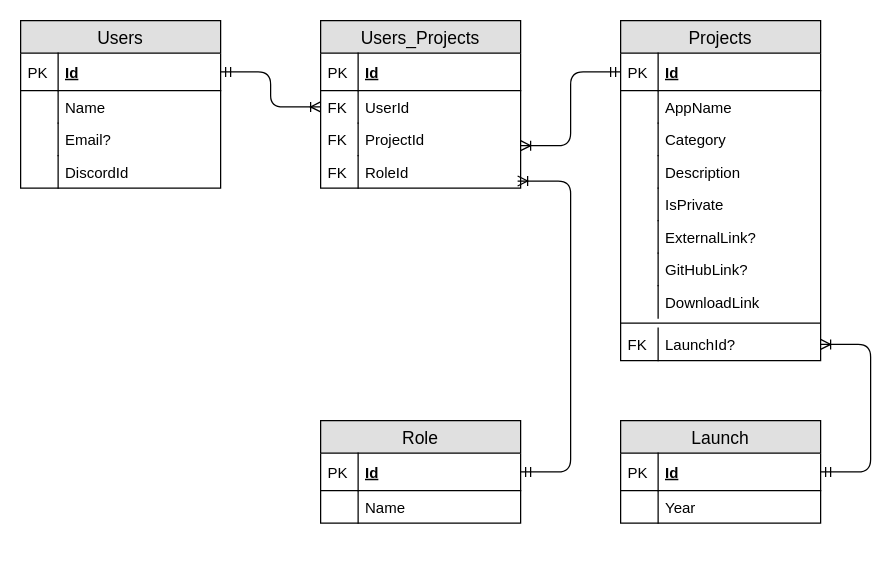
Earlier version of the draw.io diagram docs/DbSchema.drawio (WindowsAppCommunity/uwpcommunity-backend). Source tidied: cells renumbered, new cells numbered last; positions are measured from the earlier drawing's top-left corner, leaving out a move shared by most shapes. Both pictures are drawn from the tidied source at 125%, with x=0, y=0 at pixel (20, 20).
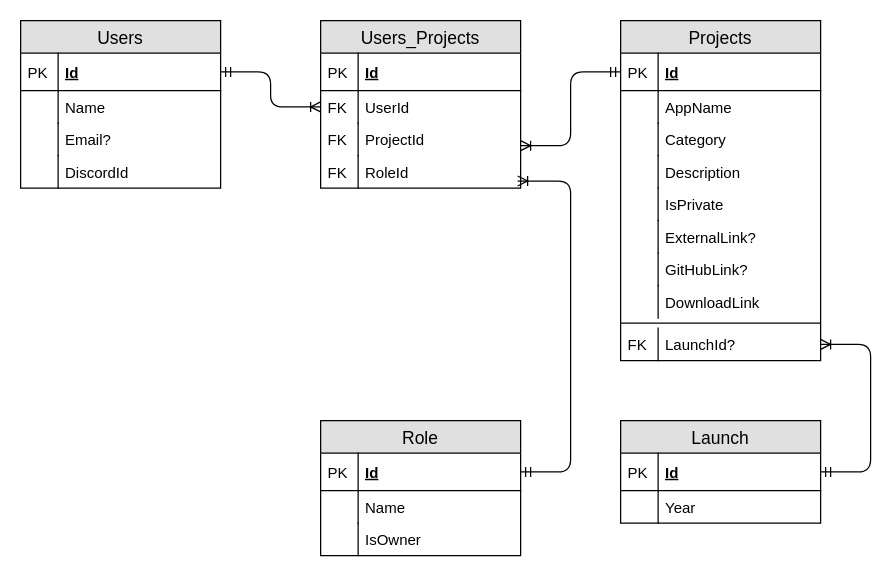
After the change.

Commit message (it also covers changes not shown here):
- new db schema with categories and roles - changes in code to reflect new db schema

What changed in the source:
```diff
@@
     <mxCell id="40" value="Role" style="swimlane;fontStyle=0;horizontal=1;startSize=26;fillColor=#e0e0e0;swimlaneFillColor=#ffffff;align=center;fontSize=14;" parent="1" vertex="1">
-      <mxGeometry x="240" y="320" width="160" height="82" as="geometry" />
+      <mxGeometry x="240" y="320" width="160" height="108" as="geometry" />
     </mxCell>
@@
+    <mxCell id="54" value="IsOwner" style="shape=partialRectangle;top=0;left=0;right=0;bottom=0;align=left;verticalAlign=top;fillColor=none;spacingLeft=34;spacingRight=4;overflow=hidden;fontSize=12;" parent="40" vertex="1">
+      <mxGeometry y="82" width="160" height="26" as="geometry" />
+    </mxCell>
+    <mxCell id="55" style="shape=partialRectangle;top=0;left=0;bottom=0;fillColor=none;align=left;verticalAlign=top;spacingLeft=4;spacingRight=4;overflow=hidden;fontSize=12;" parent="54" vertex="1">
+      <mxGeometry width="30" height="26" as="geometry" />
+    </mxCell>
```
